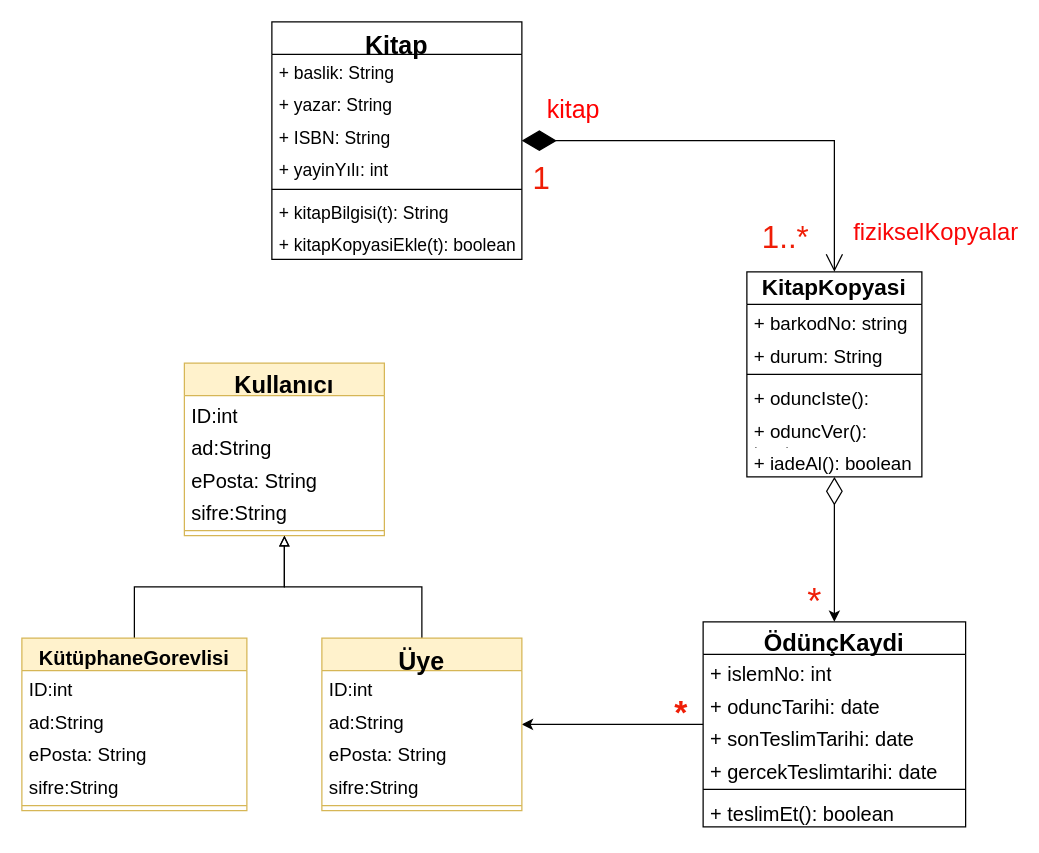
This is page "ClassDiyagram" (1 of 2) of okys/doc/OKYS-Design.drawio from tdursun/oop2026, a draw.io file, before an edit. Source tidied: cells renumbered, new cells numbered last; positions are measured from the earlier drawing's top-left corner, leaving out a move shared by most shapes. Both pictures are drawn from the tidied source at 125%, with x=0, y=0 at pixel (21, 21).
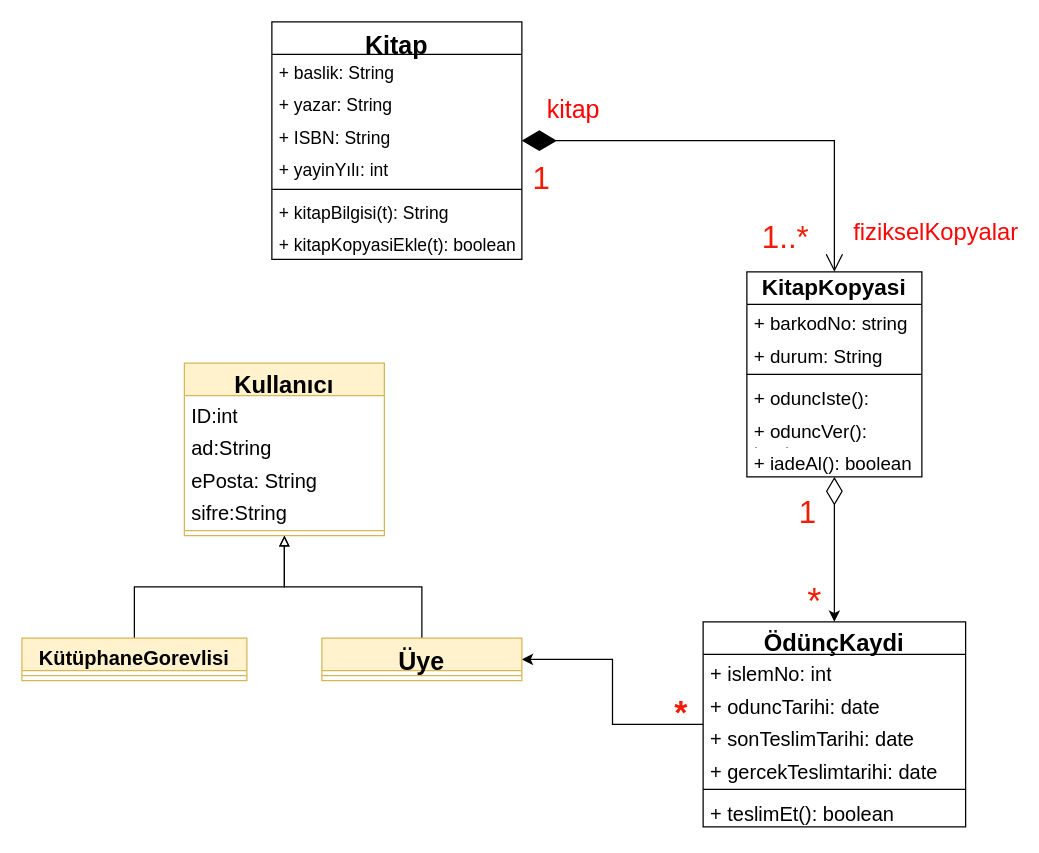
The same diagram, later.

Commit message:
Subclasslardaki tasarım hatası giderildi

The change refers to these unchanged cells:
```xml
<mxCell id="18" style="endArrow=open;html=1;endSize=12;startArrow=diamondThin;startSize=25;startFill=1;edgeStyle=orthogonalEdgeStyle;rounded=0;" parent="1" edge="1" source="2" target="11">
  <mxGeometry relative="1" as="geometry" />
</mxCell>
```

The edit, as a diff of the source:
```diff
@@
+    <mxCell id="53" value="1" style="edgeLabel;html=1;align=left;verticalAlign=top;fontSize=25;fontColor=light-dark(#ef1d06, #ededed);" parent="18" vertex="1">
+      <mxGeometry x="-1" relative="1" as="geometry">
+        <mxPoint x="220" y="275" as="offset" />
+      </mxGeometry>
+    </mxCell>
@@
     <mxCell id="40" value="Üye" style="swimlane;fontStyle=1;align=center;verticalAlign=top;horizontal=1;startSize=26;whiteSpace=wrap;html=1;fillColor=#fff2cc;strokeColor=#d6b656;fontSize=20;" parent="1" vertex="1">
-      <mxGeometry x="240" y="493" width="160" height="138" as="geometry" />
+      <mxGeometry x="240" y="493" width="160" height="34" as="geometry" />
     </mxCell>
-    <mxCell id="41" value="ID:int" style="text;strokeColor=none;fillColor=none;align=left;verticalAlign=top;spacingLeft=4;spacingRight=4;overflow=hidden;whiteSpace=wrap;html=1;fontSize=15;" parent="40" vertex="1">
-      <mxGeometry y="26" width="160" height="26" as="geometry" />
-    </mxCell>
-    <mxCell id="42" value="ad:String" style="text;strokeColor=none;fillColor=none;align=left;verticalAlign=top;spacingLeft=4;spacingRight=4;overflow=hidden;whiteSpace=wrap;html=1;fontSize=15;" parent="40" vertex="1">
-      <mxGeometry y="52" width="160" height="26" as="geometry" />
-    </mxCell>
-    <mxCell id="43" value="ePosta: String" style="text;strokeColor=none;fillColor=none;align=left;verticalAlign=top;spacingLeft=4;spacingRight=4;overflow=hidden;whiteSpace=wrap;html=1;fontSize=15;" parent="40" vertex="1">
-      <mxGeometry y="78" width="160" height="26" as="geometry" />
-    </mxCell>
-    <mxCell id="44" value="sifre:String" style="text;strokeColor=none;fillColor=none;align=left;verticalAlign=top;spacingLeft=4;spacingRight=4;overflow=hidden;whiteSpace=wrap;html=1;fontSize=15;" parent="40" vertex="1">
-      <mxGeometry y="104" width="160" height="26" as="geometry" />
-    </mxCell>
     <mxCell id="45" style="line;strokeWidth=1;fillColor=none;align=left;verticalAlign=middle;spacingTop=-1;spacingLeft=3;spacingRight=3;labelPosition=right;strokeColor=inherit;fontSize=15;" parent="40" vertex="1">
-      <mxGeometry y="130" width="160" height="8" as="geometry" />
+      <mxGeometry y="26" width="160" height="8" as="geometry" />
     </mxCell>
@@
     <mxCell id="47" value="KütüphaneGorevlisi" style="swimlane;fontStyle=1;align=center;verticalAlign=top;horizontal=1;startSize=26;whiteSpace=wrap;html=1;fillColor=#fff2cc;strokeColor=#d6b656;fontSize=16;" parent="1" vertex="1">
-      <mxGeometry y="493" width="180" height="138" as="geometry" />
+      <mxGeometry y="493" width="180" height="34" as="geometry" />
     </mxCell>
-    <mxCell id="48" value="ID:int" style="text;strokeColor=none;fillColor=none;align=left;verticalAlign=top;spacingLeft=4;spacingRight=4;overflow=hidden;whiteSpace=wrap;html=1;fontSize=15;" parent="47" vertex="1">
-      <mxGeometry y="26" width="180" height="26" as="geometry" />
-    </mxCell>
-    <mxCell id="49" value="ad:String" style="text;strokeColor=none;fillColor=none;align=left;verticalAlign=top;spacingLeft=4;spacingRight=4;overflow=hidden;whiteSpace=wrap;html=1;fontSize=15;" parent="47" vertex="1">
-      <mxGeometry y="52" width="180" height="26" as="geometry" />
-    </mxCell>
-    <mxCell id="50" value="ePosta: String" style="text;strokeColor=none;fillColor=none;align=left;verticalAlign=top;spacingLeft=4;spacingRight=4;overflow=hidden;whiteSpace=wrap;html=1;fontSize=15;" parent="47" vertex="1">
-      <mxGeometry y="78" width="180" height="26" as="geometry" />
-    </mxCell>
-    <mxCell id="51" value="sifre:String" style="text;strokeColor=none;fillColor=none;align=left;verticalAlign=top;spacingLeft=4;spacingRight=4;overflow=hidden;whiteSpace=wrap;html=1;fontSize=15;" parent="47" vertex="1">
-      <mxGeometry y="104" width="180" height="26" as="geometry" />
-    </mxCell>
     <mxCell id="52" style="line;strokeWidth=1;fillColor=none;align=left;verticalAlign=middle;spacingTop=-1;spacingLeft=3;spacingRight=3;labelPosition=right;strokeColor=inherit;fontSize=15;" parent="47" vertex="1">
-      <mxGeometry y="130" width="180" height="8" as="geometry" />
+      <mxGeometry y="26" width="180" height="8" as="geometry" />
     </mxCell>
```
